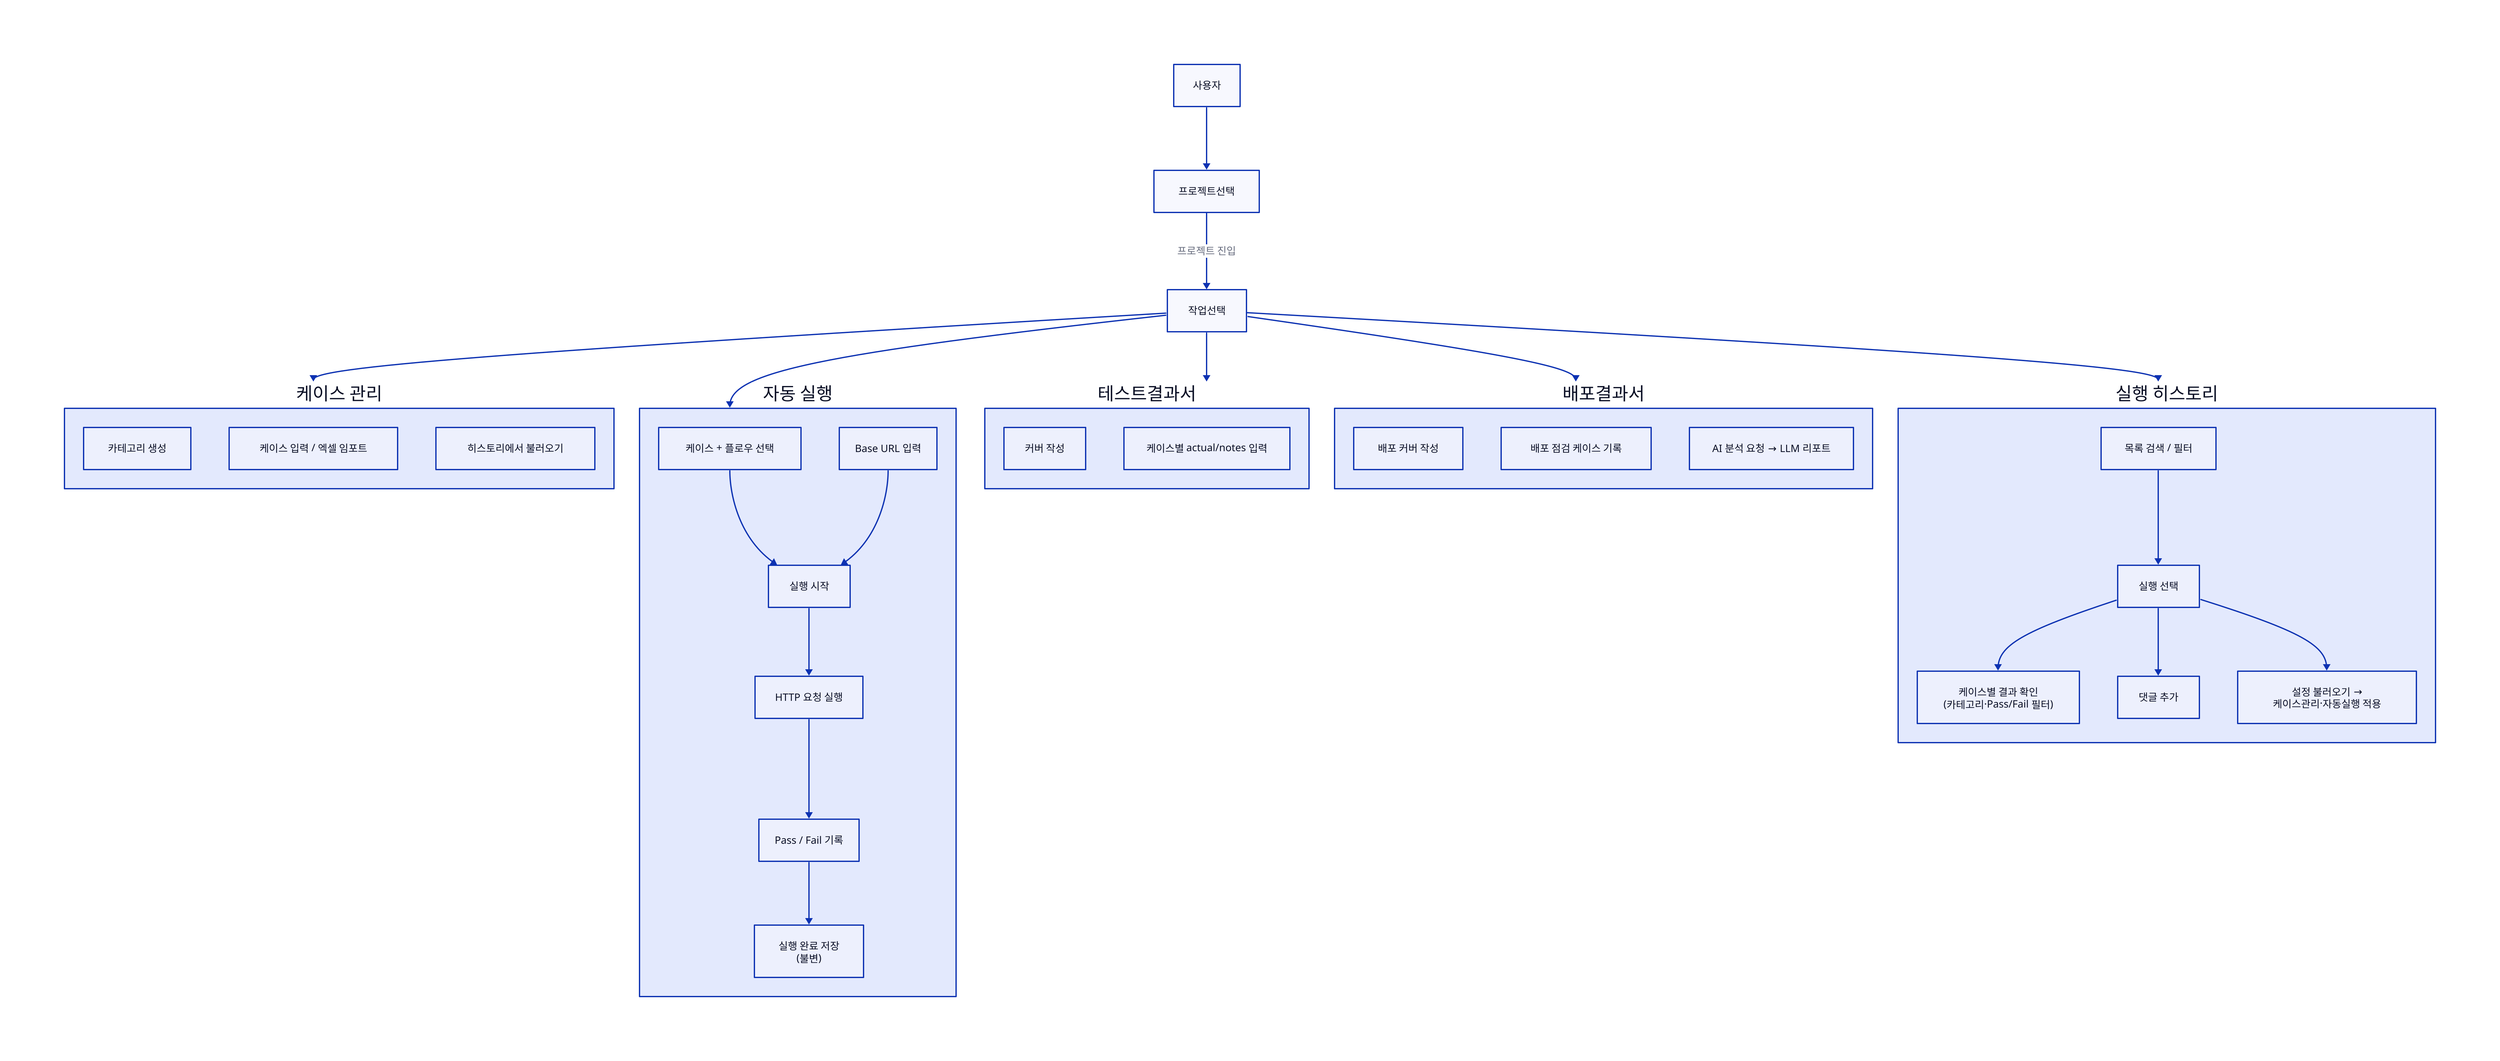
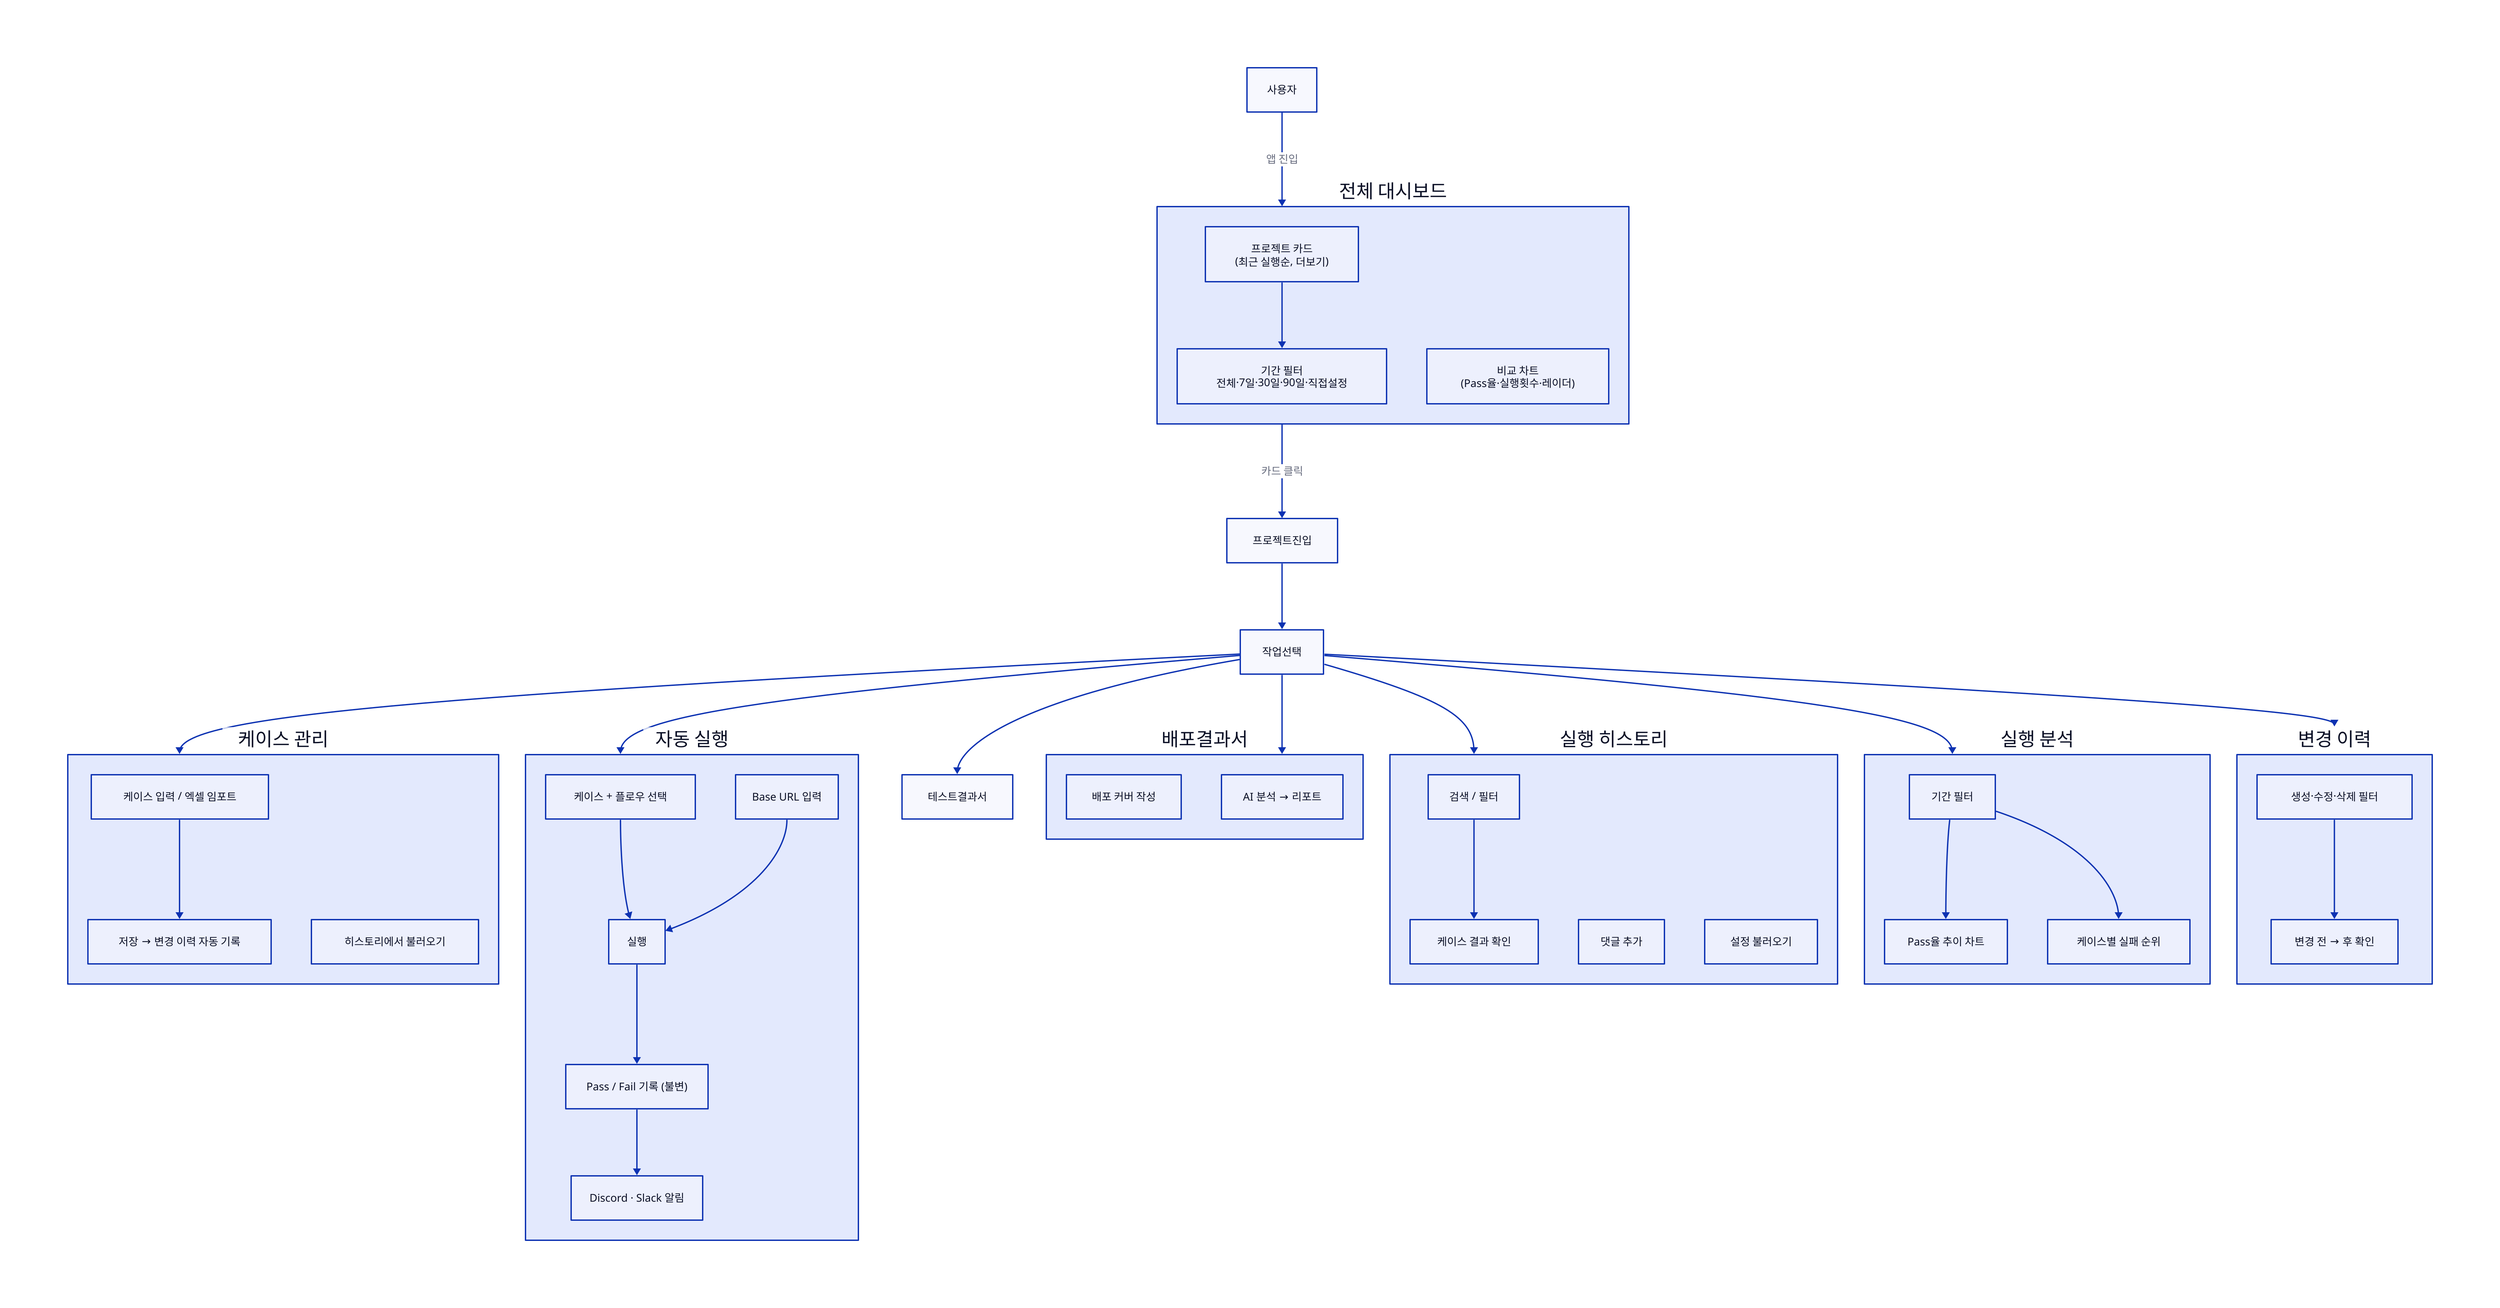
direction: down

- 사용자 -> 프로젝트선택
- 프로젝트선택 -> 작업선택: 프로젝트 진입
+ 사용자 -> 대시보드: 앱 진입
+ 대시보드: 전체 대시보드 {
+   카드목록: 프로젝트 카드\n(최근 실행순, 더보기)
+   기간필터: 기간 필터\n전체·7일·30일·90일·직접설정
+   비교차트: 비교 차트\n(Pass율·실행횟수·레이더)
+   카드목록 -> 기간필터
+ }
+ 
+ 대시보드 -> 프로젝트진입: 카드 클릭
+ 
+ 프로젝트진입 -> 작업선택

작업선택 -> 케이스관리
작업선택 -> 자동실행
작업선택 -> 실행히스토리
+ 작업선택 -> 실행분석
+ 작업선택 -> 변경이력
작업선택 -> 테스트결과서
작업선택 -> 배포결과서

케이스관리: 케이스 관리 {
-   카테고리생성: 카테고리 생성
-   케이스입력: 케이스 입력 / 엑셀 임포트
-   히스토리복원: 히스토리에서 불러오기
+   입력: 케이스 입력 / 엑셀 임포트
+   저장: 저장 → 변경 이력 자동 기록
+   복원: 히스토리에서 불러오기
+   입력 -> 저장
}

자동실행: 자동 실행 {
-   케이스선택: 케이스 + 플로우 선택
-   URL입력: Base URL 입력
-   실행: 실행 시작
-   HTTP: HTTP 요청 실행
-   결과판정: Pass / Fail 기록
-   완료: 실행 완료 저장\n(불변)
- 
-   케이스선택 -> 실행
-   URL입력 -> 실행
-   실행 -> HTTP
-   HTTP -> 결과판정
-   결과판정 -> 완료
+   선택: 케이스 + 플로우 선택
+   URL: Base URL 입력
+   실행: 실행
+   결과: Pass / Fail 기록 (불변)
+   알림: Discord · Slack 알림
+   선택 -> 실행
+   URL -> 실행
+   실행 -> 결과 -> 알림
}

실행히스토리: 실행 히스토리 {
-   검색: 목록 검색 / 필터
-   선택: 실행 선택
-   결과: 케이스별 결과 확인\n(카테고리·Pass/Fail 필터)
+   검색: 검색 / 필터
+   결과: 케이스 결과 확인
  댓글: 댓글 추가
-   복원: 설정 불러오기 →\n케이스관리·자동실행 적용
- 
-   검색 -> 선택
-   선택 -> 결과
-   선택 -> 댓글
-   선택 -> 복원
+   복원: 설정 불러오기
+   검색 -> 결과
}

- 테스트결과서: 테스트결과서 {
-   커버: 커버 작성
-   기록: 케이스별 actual/notes 입력
+ 실행분석: 실행 분석 {
+   기간: 기간 필터
+   추이: Pass율 추이 차트
+   순위: 케이스별 실패 순위
+   기간 -> 추이
+   기간 -> 순위
+ }
+ 
+ 변경이력: 변경 이력 {
+   필터: 생성·수정·삭제 필터
+   상세: 변경 전 → 후 확인
+   필터 -> 상세
}

배포결과서: 배포결과서 {
-   배포커버: 배포 커버 작성
-   점검: 배포 점검 케이스 기록
-   AI: AI 분석 요청 → LLM 리포트
+   작성: 배포 커버 작성
+   AI: AI 분석 → 리포트
}
